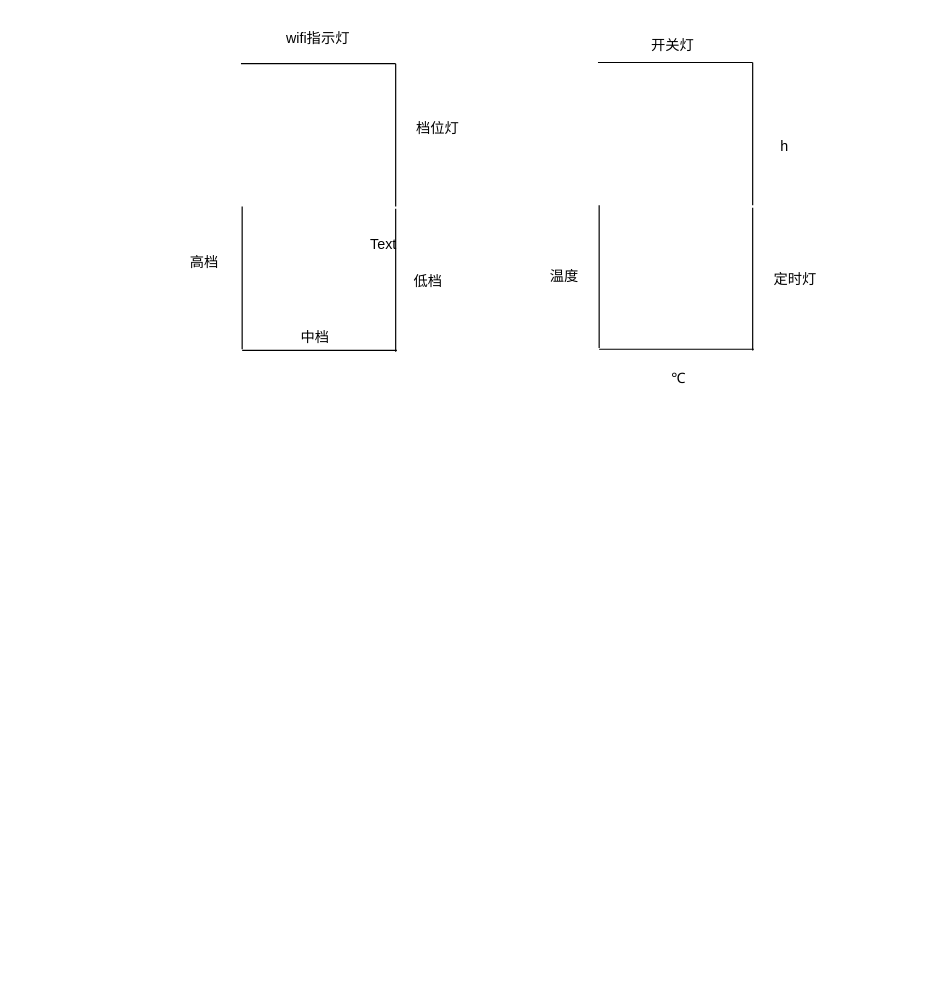
Earlier version of the draw.io diagram duanmaping.drawio (JeffYec/Jeff). Source tidied: cells renumbered, new cells numbered last; positions are measured from the earlier drawing's top-left corner, leaving out a move shared by most shapes. Both pictures are drawn from the tidied source at 119%, with x=0, y=0 at pixel (175, 20).
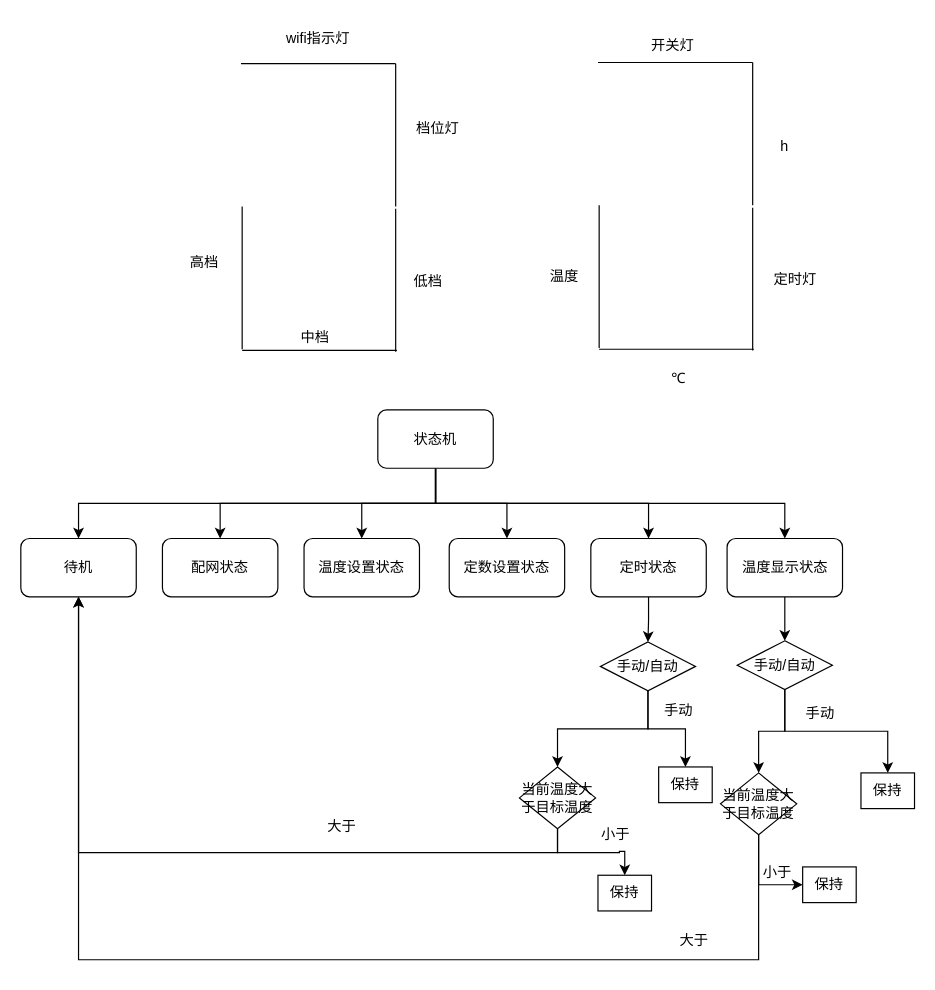
After the change.

Diff of the diagram source:
```diff
@@
-    <mxCell id="18" value="Text" style="text;html=1;strokeColor=none;fillColor=none;align=center;verticalAlign=middle;whiteSpace=wrap;rounded=0;" parent="1" vertex="1">
-      <mxGeometry x="145" y="173" width="60" height="30" as="geometry" />
-    </mxCell>
@@
+    <mxCell id="23" style="edgeStyle=orthogonalEdgeStyle;rounded=0;jettySize=auto;html=1;exitX=0.5;exitY=1;exitDx=0;exitDy=0;" parent="1" edge="1" source="29" target="30">
+      <mxGeometry relative="1" as="geometry" />
+    </mxCell>
+    <mxCell id="24" style="edgeStyle=orthogonalEdgeStyle;rounded=0;jettySize=auto;html=1;exitX=0.5;exitY=1;exitDx=0;exitDy=0;entryX=0.5;entryY=0;entryDx=0;entryDy=0;" parent="1" edge="1" source="29" target="31">
+      <mxGeometry relative="1" as="geometry" />
+    </mxCell>
+    <mxCell id="25" style="edgeStyle=orthogonalEdgeStyle;rounded=0;jettySize=auto;html=1;exitX=0.5;exitY=1;exitDx=0;exitDy=0;" parent="1" edge="1" source="29" target="32">
+      <mxGeometry relative="1" as="geometry" />
+    </mxCell>
+    <mxCell id="26" style="edgeStyle=orthogonalEdgeStyle;rounded=0;jettySize=auto;html=1;exitX=0.5;exitY=1;exitDx=0;exitDy=0;" parent="1" edge="1" source="29" target="33">
+      <mxGeometry relative="1" as="geometry" />
+    </mxCell>
+    <mxCell id="27" style="edgeStyle=orthogonalEdgeStyle;rounded=0;jettySize=auto;html=1;exitX=0.5;exitY=1;exitDx=0;exitDy=0;" parent="1" edge="1" source="29" target="35">
+      <mxGeometry relative="1" as="geometry" />
+    </mxCell>
+    <mxCell id="28" style="edgeStyle=orthogonalEdgeStyle;rounded=0;jettySize=auto;html=1;exitX=0.5;exitY=1;exitDx=0;exitDy=0;" parent="1" edge="1" source="29" target="37">
+      <mxGeometry relative="1" as="geometry" />
+    </mxCell>
+    <mxCell id="29" value="状态机" style="rounded=1;whiteSpace=wrap;html=1;" parent="1" vertex="1">
+      <mxGeometry x="170" y="327" width="97" height="49" as="geometry" />
+    </mxCell>
+    <mxCell id="30" value="待机" style="rounded=1;whiteSpace=wrap;html=1;" parent="1" vertex="1">
+      <mxGeometry x="-130" y="435" width="97" height="49" as="geometry" />
+    </mxCell>
+    <mxCell id="31" value="配网状态" style="rounded=1;whiteSpace=wrap;html=1;" parent="1" vertex="1">
+      <mxGeometry x="-11" y="435" width="97" height="49" as="geometry" />
+    </mxCell>
+    <mxCell id="32" value="温度设置状态" style="rounded=1;whiteSpace=wrap;html=1;" parent="1" vertex="1">
+      <mxGeometry x="108" y="435" width="97" height="49" as="geometry" />
+    </mxCell>
+    <mxCell id="33" value="定数设置状态" style="rounded=1;whiteSpace=wrap;html=1;" parent="1" vertex="1">
+      <mxGeometry x="230" y="435" width="97" height="49" as="geometry" />
+    </mxCell>
+    <mxCell id="34" style="edgeStyle=orthogonalEdgeStyle;rounded=0;jettySize=auto;html=1;" parent="1" edge="1" source="35" target="40">
+      <mxGeometry relative="1" as="geometry" />
+    </mxCell>
+    <mxCell id="35" value="定时状态" style="rounded=1;whiteSpace=wrap;html=1;" parent="1" vertex="1">
+      <mxGeometry x="349" y="435" width="97" height="49" as="geometry" />
+    </mxCell>
+    <mxCell id="36" style="edgeStyle=orthogonalEdgeStyle;rounded=0;jettySize=auto;html=1;exitX=0.5;exitY=1;exitDx=0;exitDy=0;entryX=0.5;entryY=0;entryDx=0;entryDy=0;" parent="1" edge="1" source="37" target="43">
+      <mxGeometry relative="1" as="geometry" />
+    </mxCell>
+    <mxCell id="37" value="温度显示状态" style="rounded=1;whiteSpace=wrap;html=1;" parent="1" vertex="1">
+      <mxGeometry x="463.5" y="435" width="97" height="49" as="geometry" />
+    </mxCell>
+    <mxCell id="38" style="edgeStyle=orthogonalEdgeStyle;rounded=0;jettySize=auto;html=1;exitX=0.5;exitY=1;exitDx=0;exitDy=0;" parent="1" edge="1" source="40" target="44">
+      <mxGeometry relative="1" as="geometry" />
+    </mxCell>
+    <mxCell id="39" style="edgeStyle=orthogonalEdgeStyle;rounded=0;jettySize=auto;html=1;exitX=0.5;exitY=1;exitDx=0;exitDy=0;" parent="1" edge="1" source="40" target="53">
+      <mxGeometry relative="1" as="geometry" />
+    </mxCell>
+    <mxCell id="40" value="&lt;span&gt;手动/自动&lt;/span&gt;" style="rhombus;whiteSpace=wrap;html=1;" parent="1" vertex="1">
+      <mxGeometry x="357" y="522" width="80" height="41" as="geometry" />
+    </mxCell>
+    <mxCell id="41" style="edgeStyle=orthogonalEdgeStyle;rounded=0;jettySize=auto;html=1;exitX=0.5;exitY=1;exitDx=0;exitDy=0;" parent="1" edge="1" source="43" target="45">
+      <mxGeometry relative="1" as="geometry" />
+    </mxCell>
+    <mxCell id="42" style="edgeStyle=orthogonalEdgeStyle;rounded=0;jettySize=auto;html=1;exitX=0.5;exitY=1;exitDx=0;exitDy=0;entryX=0.5;entryY=0;entryDx=0;entryDy=0;" parent="1" edge="1" source="43" target="50">
+      <mxGeometry relative="1" as="geometry" />
+    </mxCell>
+    <mxCell id="43" value="&lt;span&gt;手动/自动&lt;/span&gt;" style="rhombus;whiteSpace=wrap;html=1;" parent="1" vertex="1">
+      <mxGeometry x="472" y="521" width="80" height="41" as="geometry" />
+    </mxCell>
+    <mxCell id="44" value="保持" style="rounded=0;whiteSpace=wrap;html=1;" parent="1" vertex="1">
+      <mxGeometry x="406" y="627" width="45" height="30" as="geometry" />
+    </mxCell>
+    <mxCell id="45" value="保持" style="rounded=0;whiteSpace=wrap;html=1;" parent="1" vertex="1">
+      <mxGeometry x="576" y="632" width="45" height="30" as="geometry" />
+    </mxCell>
+    <mxCell id="46" value="手动" style="text;html=1;strokeColor=none;fillColor=none;align=center;verticalAlign=middle;whiteSpace=wrap;rounded=0;" parent="1" vertex="1">
+      <mxGeometry x="393" y="565" width="60" height="30" as="geometry" />
+    </mxCell>
+    <mxCell id="47" value="手动" style="text;html=1;strokeColor=none;fillColor=none;align=center;verticalAlign=middle;whiteSpace=wrap;rounded=0;" parent="1" vertex="1">
+      <mxGeometry x="512" y="567" width="60" height="30" as="geometry" />
+    </mxCell>
+    <mxCell id="48" style="edgeStyle=orthogonalEdgeStyle;rounded=0;jettySize=auto;html=1;exitX=0.5;exitY=1;exitDx=0;exitDy=0;entryX=0.5;entryY=1;entryDx=0;entryDy=0;" parent="1" edge="1" source="50" target="30">
+      <mxGeometry relative="1" as="geometry">
+        <Array as="points">
+          <mxPoint x="490" y="789" />
+          <mxPoint x="-81" y="789" />
+        </Array>
+      </mxGeometry>
+    </mxCell>
+    <mxCell id="49" style="edgeStyle=orthogonalEdgeStyle;rounded=0;jettySize=auto;html=1;exitX=0.5;exitY=1;exitDx=0;exitDy=0;entryX=0;entryY=0.5;entryDx=0;entryDy=0;" parent="1" edge="1" source="50" target="57">
+      <mxGeometry relative="1" as="geometry" />
+    </mxCell>
+    <mxCell id="50" value="当前温度大于目标温度" style="rhombus;whiteSpace=wrap;html=1;" parent="1" vertex="1">
+      <mxGeometry x="458" y="632" width="64" height="52" as="geometry" />
+    </mxCell>
+    <mxCell id="51" style="edgeStyle=orthogonalEdgeStyle;rounded=0;jettySize=auto;html=1;exitX=0.5;exitY=1;exitDx=0;exitDy=0;entryX=0.5;entryY=1;entryDx=0;entryDy=0;" parent="1" edge="1" source="53" target="30">
+      <mxGeometry relative="1" as="geometry" />
+    </mxCell>
+    <mxCell id="52" style="edgeStyle=orthogonalEdgeStyle;rounded=0;jettySize=auto;html=1;exitX=0.5;exitY=1;exitDx=0;exitDy=0;entryX=0.5;entryY=0;entryDx=0;entryDy=0;" parent="1" edge="1" source="53" target="56">
+      <mxGeometry relative="1" as="geometry" />
+    </mxCell>
+    <mxCell id="53" value="当前温度大于目标温度" style="rhombus;whiteSpace=wrap;html=1;" parent="1" vertex="1">
+      <mxGeometry x="289" y="627" width="64" height="52" as="geometry" />
+    </mxCell>
+    <mxCell id="54" value="大于" style="text;html=1;strokeColor=none;fillColor=none;align=center;verticalAlign=middle;whiteSpace=wrap;rounded=0;" parent="1" vertex="1">
+      <mxGeometry x="110" y="662" width="60" height="30" as="geometry" />
+    </mxCell>
+    <mxCell id="55" value="大于" style="text;html=1;strokeColor=none;fillColor=none;align=center;verticalAlign=middle;whiteSpace=wrap;rounded=0;" parent="1" vertex="1">
+      <mxGeometry x="406" y="758" width="60" height="30" as="geometry" />
+    </mxCell>
+    <mxCell id="56" value="保持" style="rounded=0;whiteSpace=wrap;html=1;" parent="1" vertex="1">
+      <mxGeometry x="355" y="718" width="45" height="30" as="geometry" />
+    </mxCell>
+    <mxCell id="57" value="保持" style="rounded=0;whiteSpace=wrap;html=1;" parent="1" vertex="1">
+      <mxGeometry x="527" y="711" width="45" height="30" as="geometry" />
+    </mxCell>
+    <mxCell id="58" value="小于" style="text;html=1;strokeColor=none;fillColor=none;align=center;verticalAlign=middle;whiteSpace=wrap;rounded=0;" parent="1" vertex="1">
+      <mxGeometry x="340" y="669" width="60" height="30" as="geometry" />
+    </mxCell>
+    <mxCell id="59" value="小于" style="text;html=1;strokeColor=none;fillColor=none;align=center;verticalAlign=middle;whiteSpace=wrap;rounded=0;" parent="1" vertex="1">
+      <mxGeometry x="476" y="701" width="60" height="30" as="geometry" />
+    </mxCell>
```
